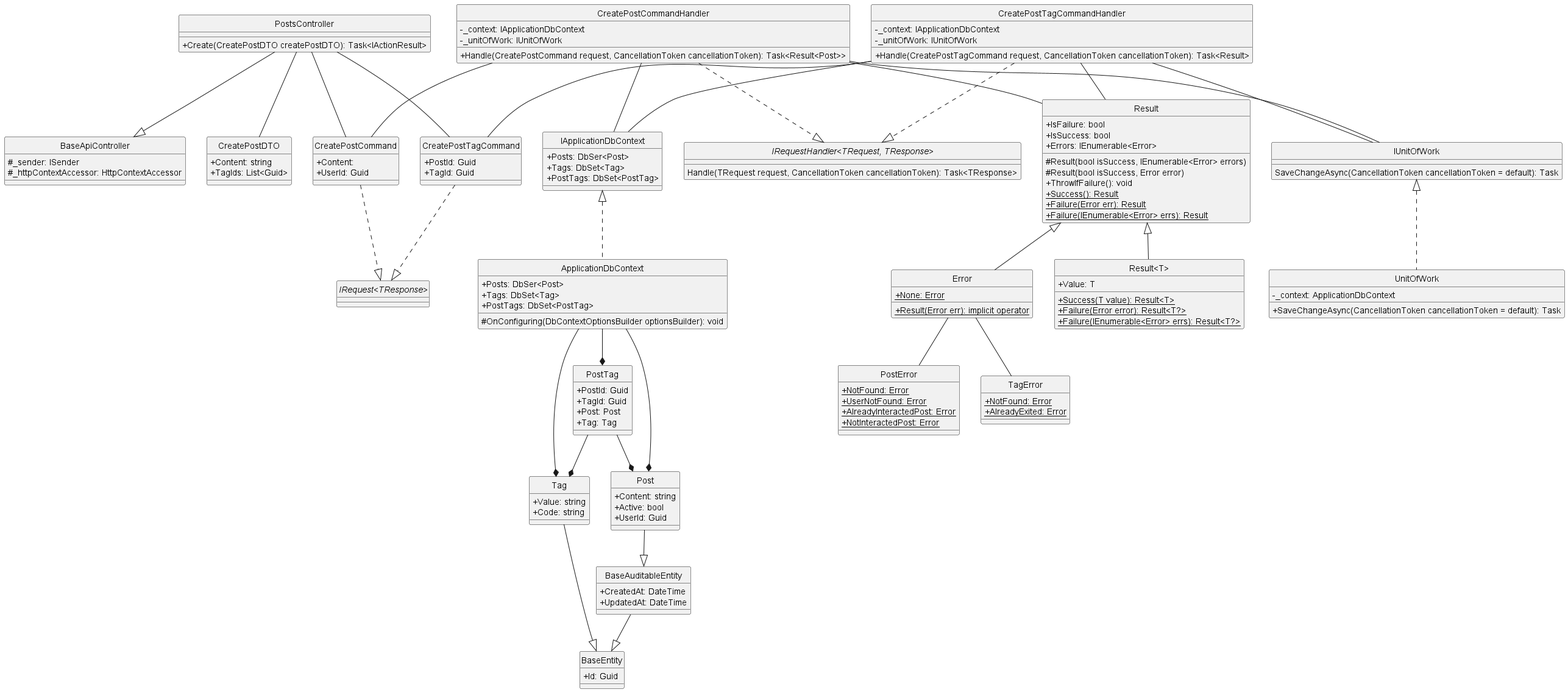
Above: docs/Class Diagram/Post/Post/CreatePost/ClassDiagram/createPost.png in Carl-Johnsons/Chat-Application (PlantUML), before the change.
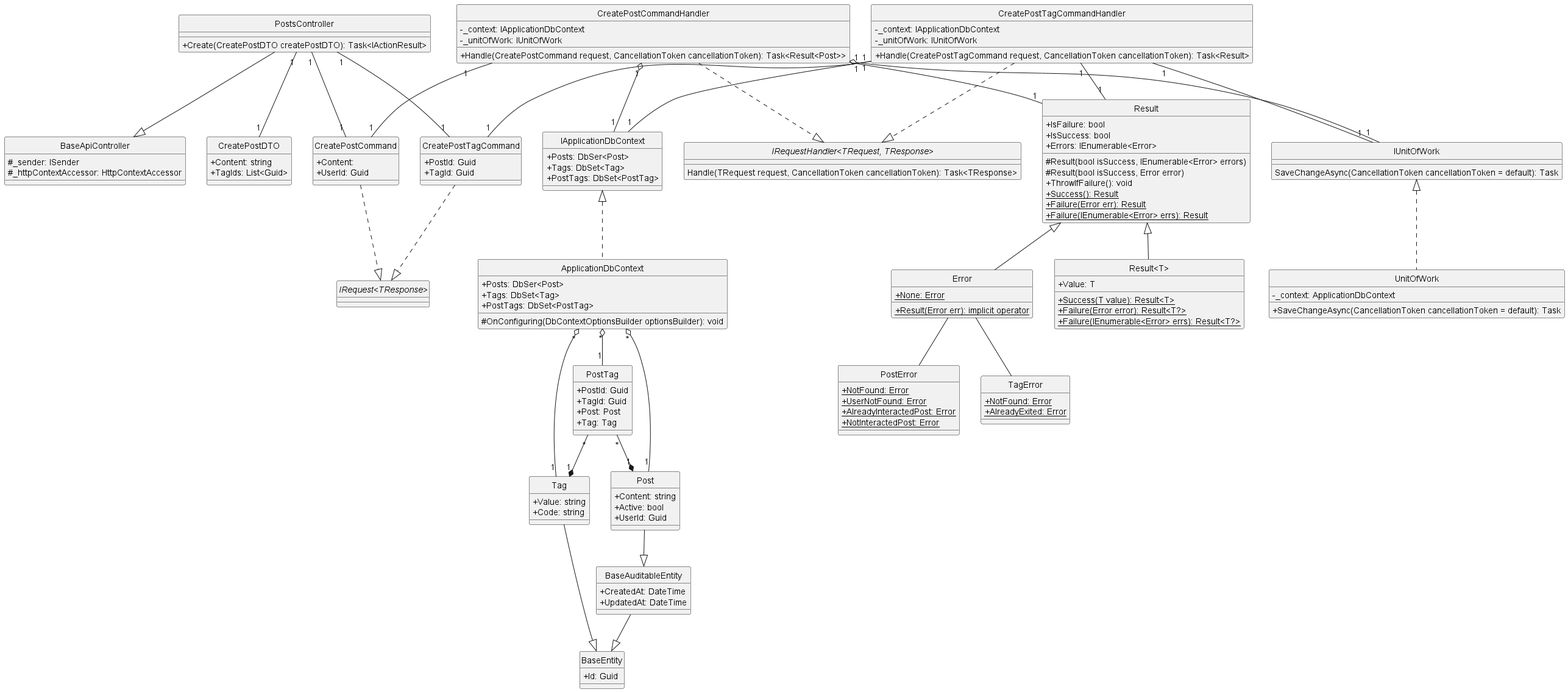
The same file after the commit.

The edit, as a diff of the source:
```diff
@@ -128,21 +128,21 @@
 }
 
 PostsController --|> BaseApiController
-PostsController -- CreatePostCommand
-PostsController -- CreatePostDTO
-PostsController -- CreatePostTagCommand
+PostsController "1"--"1" CreatePostCommand
+PostsController "1"--"1" CreatePostDTO
+PostsController "1"--"1" CreatePostTagCommand
 CreatePostCommand ..|> "IRequest<TResponse>"
 CreatePostCommandHandler ..|> "IRequestHandler<TRequest, TResponse>"
 CreatePostTagCommand ..|> "IRequest<TResponse>"
 CreatePostTagCommandHandler ..|> "IRequestHandler<TRequest, TResponse>"
-CreatePostTagCommandHandler -- CreatePostTagCommand
-CreatePostTagCommandHandler -- Result
-CreatePostTagCommandHandler -- IUnitOfWork
-CreatePostTagCommandHandler -- IApplicationDbContext
-CreatePostCommandHandler -- CreatePostCommand
-CreatePostCommandHandler -- Result
-CreatePostCommandHandler -- IUnitOfWork
-CreatePostCommandHandler -- IApplicationDbContext
+CreatePostTagCommandHandler "1"--"1" CreatePostTagCommand
+CreatePostTagCommandHandler "1"--"1" Result
+CreatePostTagCommandHandler "1"--"1" IUnitOfWork
+CreatePostTagCommandHandler "1"--"1" IApplicationDbContext
+CreatePostCommandHandler "1"--"1" CreatePostCommand
+CreatePostCommandHandler "1"--"1" Result
+CreatePostCommandHandler "1" o--"1" IUnitOfWork
+CreatePostCommandHandler "1" o--"1" IApplicationDbContext
 Result <|-- Error
 Result <|-- "Result<T>"
 Error -- TagError
@@ -150,11 +150,11 @@
 Tag --|> BaseEntity
 Post --|> BaseAuditableEntity
 BaseAuditableEntity --|> BaseEntity
-PostTag --* Post
-PostTag --* Tag
+PostTag "*"--*"1" Post
+PostTag "*"--*"1" Tag
 IUnitOfWork <|.. UnitOfWork
 IApplicationDbContext <|.. ApplicationDbContext
-ApplicationDbContext --* Tag
-ApplicationDbContext --* Post
-ApplicationDbContext --* PostTag
+ApplicationDbContext "*" o--"1" Tag
+ApplicationDbContext "*" o--"1" Post
+ApplicationDbContext "*" o--"1" PostTag
 @enduml
```
